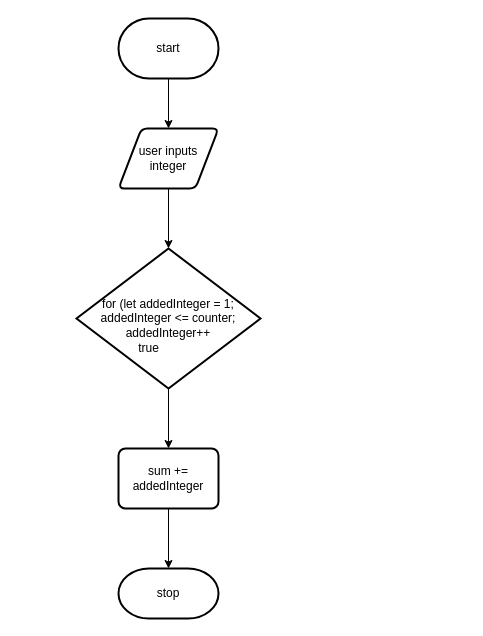
The draw.io diagram design/flowchart.drawio in zaida-hammel/ICS2O-Unit5-07, before the edit. Source tidied: cells renumbered, new cells numbered last; positions are measured from the earlier drawing's top-left corner, leaving out a move shared by most shapes. Both pictures are drawn from the tidied source at 100%, with x=0, y=0 at pixel (76, 18).
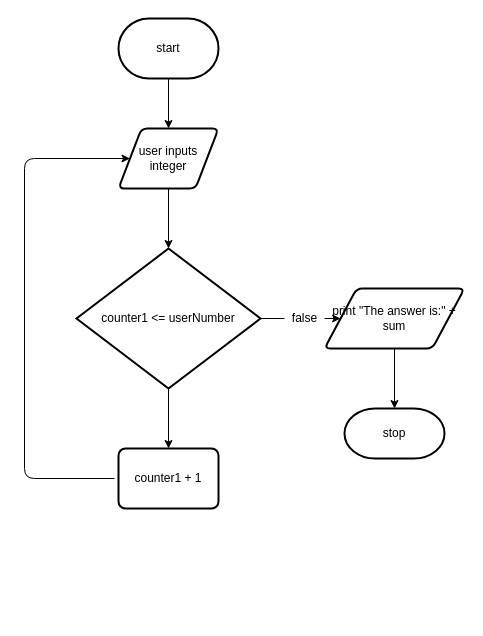
Above is the later version.

Diff of the diagram source:
```diff
@@
 <mxGraphModel>
   <root>
     <mxCell id="0" />
     <mxCell id="1" parent="0" />
     <mxCell id="2" style="edgeStyle=none;html=1;" parent="1" edge="1" source="3" target="5">
       <mxGeometry relative="1" as="geometry" />
     </mxCell>
     <mxCell id="3" value="start" style="strokeWidth=2;html=1;shape=mxgraph.flowchart.terminator;whiteSpace=wrap;" parent="1" vertex="1">
       <mxGeometry x="42" width="100" height="60" as="geometry" />
     </mxCell>
     <mxCell id="4" style="edgeStyle=none;html=1;" parent="1" edge="1" source="5" target="7">
       <mxGeometry relative="1" as="geometry" />
     </mxCell>
     <mxCell id="5" value="user inputs integer" style="shape=parallelogram;html=1;strokeWidth=2;perimeter=parallelogramPerimeter;whiteSpace=wrap;rounded=1;arcSize=12;size=0.23;" parent="1" vertex="1">
       <mxGeometry x="42" y="110" width="100" height="60" as="geometry" />
     </mxCell>
     <mxCell id="6" style="edgeStyle=none;html=1;" parent="1" edge="1" source="7" target="9">
       <mxGeometry relative="1" as="geometry" />
     </mxCell>
+    <mxCell id="12" style="edgeStyle=none;html=1;entryX=0;entryY=0.5;entryDx=0;entryDy=0;startArrow=none;" parent="1" edge="1" source="15" target="14">
+      <mxGeometry relative="1" as="geometry" />
+    </mxCell>
-    <mxCell id="7" value="for (let addedInteger = 1; addedInteger &amp;lt;= counter; addedInteger++" style="strokeWidth=2;html=1;shape=mxgraph.flowchart.decision;whiteSpace=wrap;" parent="1" vertex="1">
+    <mxCell id="7" value="counter1 &amp;lt;= userNumber" style="strokeWidth=2;html=1;shape=mxgraph.flowchart.decision;whiteSpace=wrap;" parent="1" vertex="1">
       <mxGeometry y="230" width="184" height="140" as="geometry" />
     </mxCell>
-    <mxCell id="8" style="edgeStyle=none;html=1;" parent="1" edge="1" source="9" target="10">
-      <mxGeometry relative="1" as="geometry" />
-    </mxCell>
-    <mxCell id="9" value="sum += addedInteger" style="rounded=1;whiteSpace=wrap;html=1;absoluteArcSize=1;arcSize=14;strokeWidth=2;" parent="1" vertex="1">
+    <mxCell id="9" value="counter1 + 1" style="rounded=1;whiteSpace=wrap;html=1;absoluteArcSize=1;arcSize=14;strokeWidth=2;" parent="1" vertex="1">
       <mxGeometry x="42" y="430" width="100" height="60" as="geometry" />
     </mxCell>
     <mxCell id="10" value="stop" style="strokeWidth=2;html=1;shape=mxgraph.flowchart.terminator;whiteSpace=wrap;" parent="1" vertex="1">
-      <mxGeometry x="42" y="550" width="100" height="50" as="geometry" />
+      <mxGeometry x="268" y="390" width="100" height="50" as="geometry" />
     </mxCell>
-    <mxCell id="11" value="true" style="text;html=1;align=center;verticalAlign=middle;strokeColor=none;fillColor=none;" parent="1" vertex="1">
-      <mxGeometry x="52" y="320" width="40" height="20" as="geometry" />
-    </mxCell>
+    <mxCell id="13" style="edgeStyle=none;html=1;entryX=0.5;entryY=0;entryDx=0;entryDy=0;entryPerimeter=0;" parent="1" edge="1" source="14" target="10">
+      <mxGeometry relative="1" as="geometry" />
+    </mxCell>
+    <mxCell id="14" value="print &quot;The answer is:&quot; + sum" style="shape=parallelogram;html=1;strokeWidth=2;perimeter=parallelogramPerimeter;whiteSpace=wrap;rounded=1;arcSize=12;size=0.23;" parent="1" vertex="1">
+      <mxGeometry x="248" y="270" width="140" height="60" as="geometry" />
+    </mxCell>
+    <mxCell id="15" value="false" style="text;html=1;align=center;verticalAlign=middle;points=[];strokeColor=none;fillColor=none;" parent="1" vertex="1">
+      <mxGeometry x="208" y="290" width="40" height="20" as="geometry" />
+    </mxCell>
+    <mxCell id="16" style="edgeStyle=none;html=1;entryX=0;entryY=0.5;entryDx=0;entryDy=0;endArrow=none;" parent="1" edge="1" source="7" target="15">
+      <mxGeometry relative="1" as="geometry" />
+    </mxCell>
+    <mxCell id="17" style="edgeStyle=segmentEdgeStyle;endArrow=classic;html=1;entryX=0;entryY=0.5;entryDx=0;entryDy=0;" parent="1" edge="1" target="5">
+      <mxGeometry relative="1" as="geometry">
+        <mxPoint x="38" y="460" as="sourcePoint" />
+        <Array as="points">
+          <mxPoint x="-52" y="460" />
+          <mxPoint x="-52" y="140" />
+        </Array>
+      </mxGeometry>
+    </mxCell>
   </root>
 </mxGraphModel>
```
